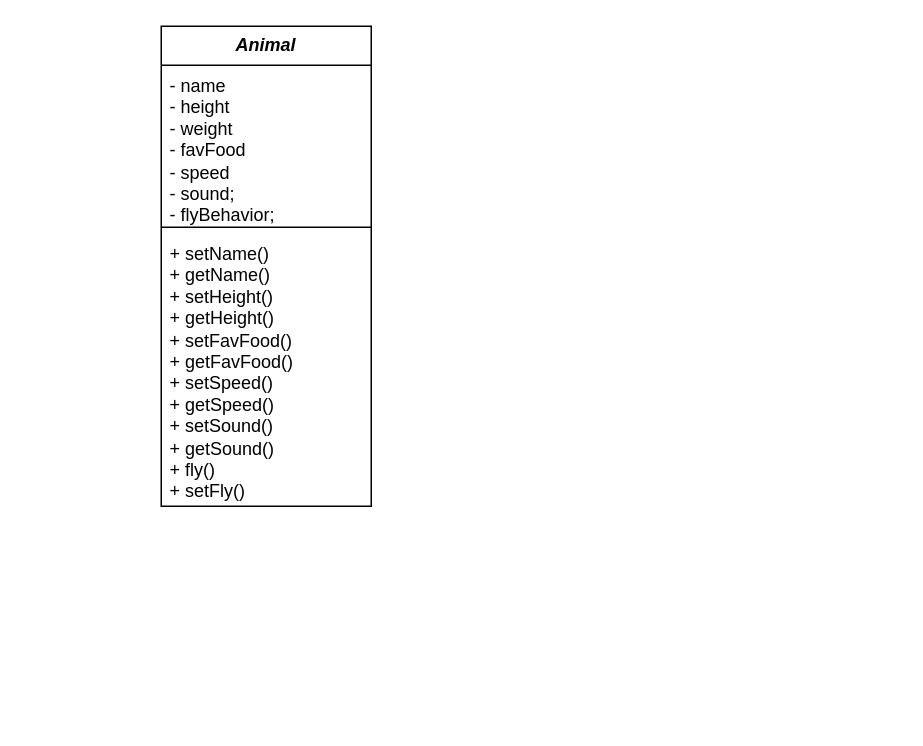
The draw.io diagram strategy-animal.drawio in joelau71/uml, before the edit. Source tidied: cells renumbered, new cells numbered last; positions are measured from the earlier drawing's top-left corner, leaving out a move shared by most shapes. Both pictures are drawn from the tidied source at 150%, with x=0, y=0 at pixel (160, 26).
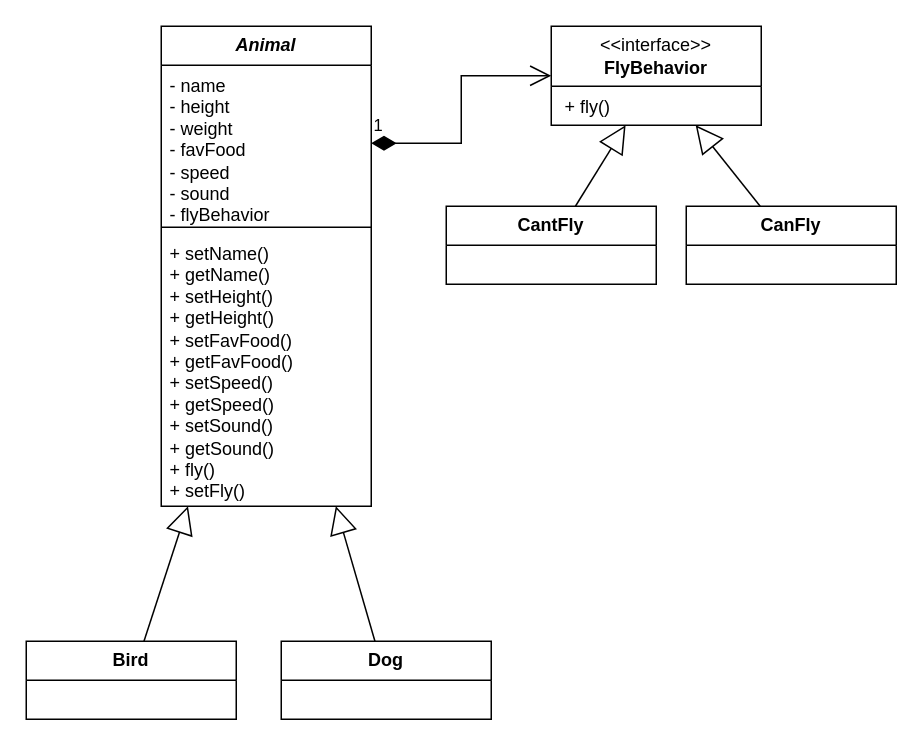
The same page after the edit.

Change to the diagram source:
```diff
@@
 <mxGraphModel>
   <root>
     <mxCell id="0" />
     <mxCell id="1" parent="0" />
     <mxCell id="2" value="&lt;b style=&quot;&quot;&gt;&lt;i&gt;Animal&lt;/i&gt;&lt;/b&gt;" style="swimlane;fontStyle=0;horizontal=1;startSize=26;fillColor=none;whiteSpace=wrap;html=1;" parent="1" vertex="1">
       <mxGeometry width="140" height="320" as="geometry" />
     </mxCell>
-    <mxCell id="3" value="&lt;div&gt;- name&lt;/div&gt;&lt;div&gt;- height&lt;/div&gt;&lt;div&gt;- weight&lt;/div&gt;&lt;div&gt;- favFood&lt;/div&gt;&lt;div&gt;- speed&lt;/div&gt;&lt;div&gt;- sound;&lt;/div&gt;&lt;div&gt;- flyBehavior;&lt;/div&gt;" style="text;strokeColor=none;fillColor=none;align=left;verticalAlign=top;spacingLeft=4;spacingRight=4;overflow=hidden;points=[[0,0.5],[1,0.5]];portConstraint=eastwest;whiteSpace=wrap;html=1;" parent="2" vertex="1">
+    <mxCell id="3" value="&lt;div&gt;- name&lt;/div&gt;&lt;div&gt;- height&lt;/div&gt;&lt;div&gt;- weight&lt;/div&gt;&lt;div&gt;- favFood&lt;/div&gt;&lt;div&gt;- speed&lt;/div&gt;&lt;div&gt;- sound&lt;/div&gt;&lt;div&gt;- flyBehavior&lt;/div&gt;" style="text;strokeColor=none;fillColor=none;align=left;verticalAlign=top;spacingLeft=4;spacingRight=4;overflow=hidden;points=[[0,0.5],[1,0.5]];portConstraint=eastwest;whiteSpace=wrap;html=1;" parent="2" vertex="1">
       <mxGeometry y="26" width="140" height="104" as="geometry" />
     </mxCell>
     <mxCell id="4" style="line;strokeWidth=1;fillColor=none;align=left;verticalAlign=middle;spacingTop=-1;spacingLeft=3;spacingRight=3;labelPosition=right;strokeColor=inherit;" parent="2" vertex="1">
       <mxGeometry y="130" width="140" height="8" as="geometry" />
     </mxCell>
     <mxCell id="5" value="&lt;div&gt;+ setName()&lt;/div&gt;&lt;div&gt;+ getName()&lt;/div&gt;&lt;div&gt;+ setHeight()&lt;/div&gt;&lt;div&gt;+ getHeight()&lt;br&gt;&lt;/div&gt;&lt;div&gt;+ setFavFood()&lt;br&gt;&lt;/div&gt;&lt;div&gt;+ getFavFood()&lt;br&gt;&lt;/div&gt;&lt;div&gt;+&amp;nbsp;setSpeed()&lt;/div&gt;&lt;div&gt;+ getSpeed()&lt;/div&gt;&lt;div&gt;+&amp;nbsp;setSound()&lt;/div&gt;&lt;div&gt;+ getSound()&lt;/div&gt;&lt;div&gt;+&amp;nbsp;fly()&lt;/div&gt;&lt;div&gt;+ setFly()&lt;/div&gt;" style="text;strokeColor=none;fillColor=none;align=left;verticalAlign=top;spacingLeft=4;spacingRight=4;overflow=hidden;whiteSpace=wrap;html=1;" parent="2" vertex="1">
       <mxGeometry y="138" width="140" height="182" as="geometry" />
     </mxCell>
+    <mxCell id="6" value="&amp;lt;&amp;lt;interface&amp;gt;&amp;gt;&lt;br&gt;&lt;b&gt;FlyBehavior&lt;/b&gt;" style="swimlane;fontStyle=0;horizontal=1;startSize=40;fillColor=none;whiteSpace=wrap;html=1;" parent="1" vertex="1">
+      <mxGeometry x="260" width="140" height="66" as="geometry" />
+    </mxCell>
+    <mxCell id="7" value="&amp;nbsp;+ fly()" style="text;strokeColor=none;fillColor=none;align=left;verticalAlign=top;spacingLeft=4;spacingRight=4;overflow=hidden;whiteSpace=wrap;html=1;" parent="6" vertex="1">
+      <mxGeometry y="40" width="140" height="26" as="geometry" />
+    </mxCell>
+    <mxCell id="8" value="1" style="endArrow=open;html=1;endSize=12;startArrow=diamondThin;startSize=14;startFill=1;edgeStyle=orthogonalEdgeStyle;align=left;verticalAlign=bottom;rounded=0;" parent="1" edge="1" source="3" target="6">
+      <mxGeometry x="-1" y="3" relative="1" as="geometry" />
+    </mxCell>
+    <mxCell id="9" value="&lt;b&gt;Bird&lt;/b&gt;" style="swimlane;fontStyle=0;horizontal=1;startSize=26;fillColor=none;whiteSpace=wrap;html=1;" parent="1" vertex="1">
+      <mxGeometry x="-90" y="410" width="140" height="52" as="geometry" />
+    </mxCell>
+    <mxCell id="10" style="endArrow=block;endSize=16;endFill=0;html=1;rounded=0;" parent="1" edge="1" source="9" target="2">
+      <mxGeometry relative="1" as="geometry" />
+    </mxCell>
+    <mxCell id="11" value="&lt;b&gt;Dog&lt;/b&gt;" style="swimlane;fontStyle=0;horizontal=1;startSize=26;fillColor=none;whiteSpace=wrap;html=1;" parent="1" vertex="1">
+      <mxGeometry x="80" y="410" width="140" height="52" as="geometry" />
+    </mxCell>
+    <mxCell id="12" style="endArrow=block;endSize=16;endFill=0;html=1;rounded=0;" parent="1" edge="1" source="11" target="2">
+      <mxGeometry relative="1" as="geometry" />
+    </mxCell>
+    <mxCell id="13" value="&lt;b&gt;CanFly&lt;/b&gt;" style="swimlane;fontStyle=0;horizontal=1;startSize=26;fillColor=none;whiteSpace=wrap;html=1;" parent="1" vertex="1">
+      <mxGeometry x="350" y="120" width="140" height="52" as="geometry" />
+    </mxCell>
+    <mxCell id="14" value="&lt;b&gt;CantFly&lt;/b&gt;" style="swimlane;fontStyle=0;horizontal=1;startSize=26;fillColor=none;whiteSpace=wrap;html=1;" parent="1" vertex="1">
+      <mxGeometry x="190" y="120" width="140" height="52" as="geometry" />
+    </mxCell>
+    <mxCell id="15" style="endArrow=block;endSize=16;endFill=0;html=1;rounded=0;" parent="1" edge="1" source="13" target="6">
+      <mxGeometry relative="1" as="geometry" />
+    </mxCell>
+    <mxCell id="16" style="endArrow=block;endSize=16;endFill=0;html=1;rounded=0;" parent="1" edge="1" source="14" target="6">
+      <mxGeometry relative="1" as="geometry" />
+    </mxCell>
   </root>
 </mxGraphModel>
```
